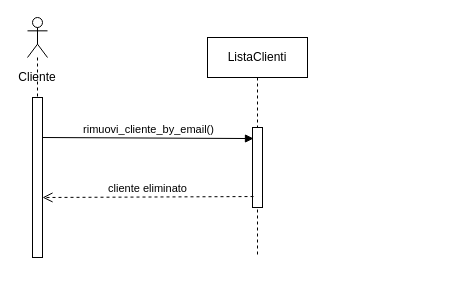
Earlier version of the draw.io diagram Diagrammi_delle_sequenze/modificabili/diagramma_elimina_profilo.drawio (fd-col/ProgettoIngegneriaDelSoftware). Source tidied: cells renumbered, new cells numbered last; positions are measured from the earlier drawing's top-left corner, leaving out a move shared by most shapes. Both pictures are drawn from the tidied source at 100%, with x=0, y=0 at pixel (17, 17).
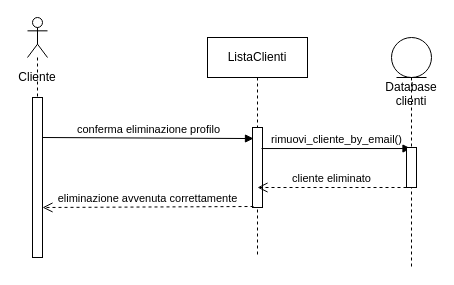
After the change.

What changed in the source:
```diff
@@
 <mxGraphModel>
   <root>
     <mxCell id="0" />
     <mxCell id="1" parent="0" />
     <mxCell id="2" style="html=1;perimeter=orthogonalPerimeter;" parent="1" vertex="1">
       <mxGeometry x="15" y="80" width="10" height="160" as="geometry" />
     </mxCell>
     <mxCell id="3" style="shape=umlLifeline;participant=umlActor;perimeter=lifelinePerimeter;whiteSpace=wrap;html=1;verticalAlign=top;spacingTop=36;" parent="1" vertex="1">
       <mxGeometry x="10" width="20" height="80" as="geometry" />
     </mxCell>
     <mxCell id="4" value="Cliente" style="text;html=1;strokeColor=none;fillColor=none;align=center;verticalAlign=middle;whiteSpace=wrap;rounded=0;" parent="1" vertex="1">
       <mxGeometry y="50" width="40" height="20" as="geometry" />
     </mxCell>
     <mxCell id="5" value="&lt;div&gt;ListaClienti&lt;/div&gt;" style="shape=umlLifeline;perimeter=lifelinePerimeter;whiteSpace=wrap;html=1;" parent="1" vertex="1">
       <mxGeometry x="190" y="20" width="100" height="220" as="geometry" />
     </mxCell>
     <mxCell id="6" style="html=1;points=[];perimeter=orthogonalPerimeter;" parent="5" vertex="1">
       <mxGeometry x="45" y="90" width="10" height="80" as="geometry" />
     </mxCell>
-    <mxCell id="7" value="rimuovi_cliente_by_email()" style="html=1;verticalAlign=bottom;endArrow=block;entryX=0.1;entryY=0.138;entryDx=0;entryDy=0;entryPerimeter=0;" parent="1" edge="1" target="6">
+    <mxCell id="7" value="conferma eliminazione profilo" style="html=1;verticalAlign=bottom;endArrow=block;entryX=0.1;entryY=0.138;entryDx=0;entryDy=0;entryPerimeter=0;" parent="1" edge="1" target="6">
       <mxGeometry relative="1" as="geometry">
         <mxPoint x="25" y="120" as="sourcePoint" />
       </mxGeometry>
     </mxCell>
-    <mxCell id="8" value="cliente eliminato" style="html=1;verticalAlign=bottom;endArrow=open;dashed=1;endSize=8;exitX=0.1;exitY=0.863;exitDx=0;exitDy=0;exitPerimeter=0;" parent="1" edge="1" source="6">
+    <mxCell id="8" value="eliminazione avvenuta correttamente" style="html=1;verticalAlign=bottom;endArrow=open;dashed=1;endSize=8;exitX=0.1;exitY=0.863;exitDx=0;exitDy=0;exitPerimeter=0;" parent="1" edge="1">
       <mxGeometry relative="1" as="geometry">
-        <mxPoint x="25" y="180" as="targetPoint" />
+        <mxPoint x="236" y="189" as="sourcePoint" />
+        <mxPoint x="25" y="190" as="targetPoint" />
       </mxGeometry>
     </mxCell>
+    <mxCell id="9" value="Database&lt;br&gt;clienti" style="shape=umlLifeline;participant=umlEntity;perimeter=lifelinePerimeter;whiteSpace=wrap;html=1;verticalAlign=top;spacingTop=36;outlineConnect=0;" parent="1" vertex="1">
+      <mxGeometry x="374" y="20" width="40" height="230" as="geometry" />
+    </mxCell>
+    <mxCell id="10" value="rimuovi_cliente_by_email()" style="html=1;verticalAlign=bottom;endArrow=block;exitX=0.9;exitY=0.263;exitDx=0;exitDy=0;exitPerimeter=0;" parent="1" edge="1" source="6" target="9">
+      <mxGeometry relative="1" as="geometry" />
+    </mxCell>
+    <mxCell id="11" style="html=1;perimeter=orthogonalPerimeter;" parent="1" vertex="1">
+      <mxGeometry x="389" y="130" width="10" height="40" as="geometry" />
+    </mxCell>
+    <mxCell id="12" value="cliente eliminato" style="html=1;verticalAlign=bottom;endArrow=open;dashed=1;endSize=8;" parent="1" edge="1">
+      <mxGeometry relative="1" as="geometry">
+        <mxPoint x="389" y="170" as="sourcePoint" />
+        <mxPoint x="240" y="170" as="targetPoint" />
+      </mxGeometry>
+    </mxCell>
   </root>
 </mxGraphModel>
```
